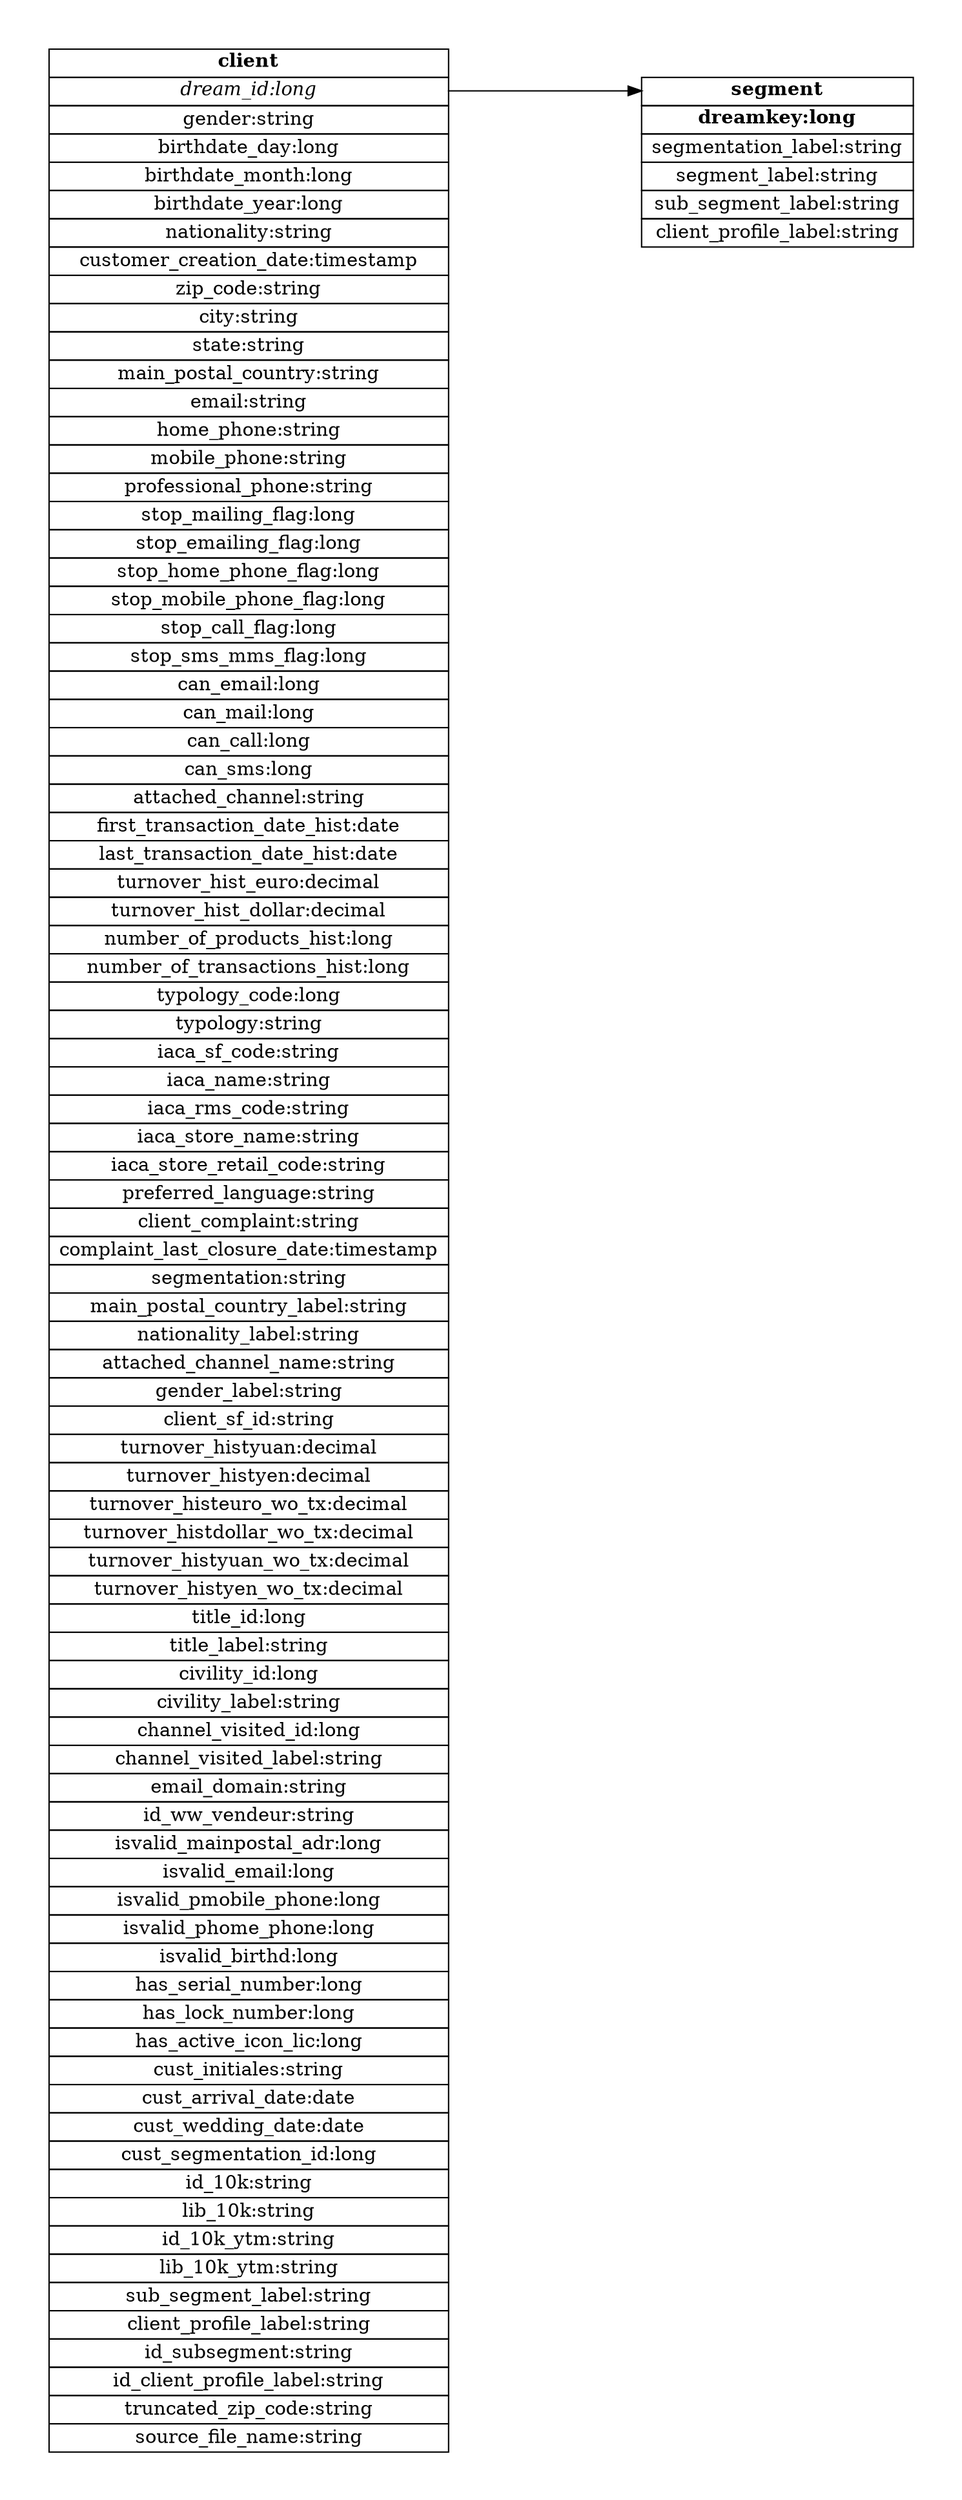
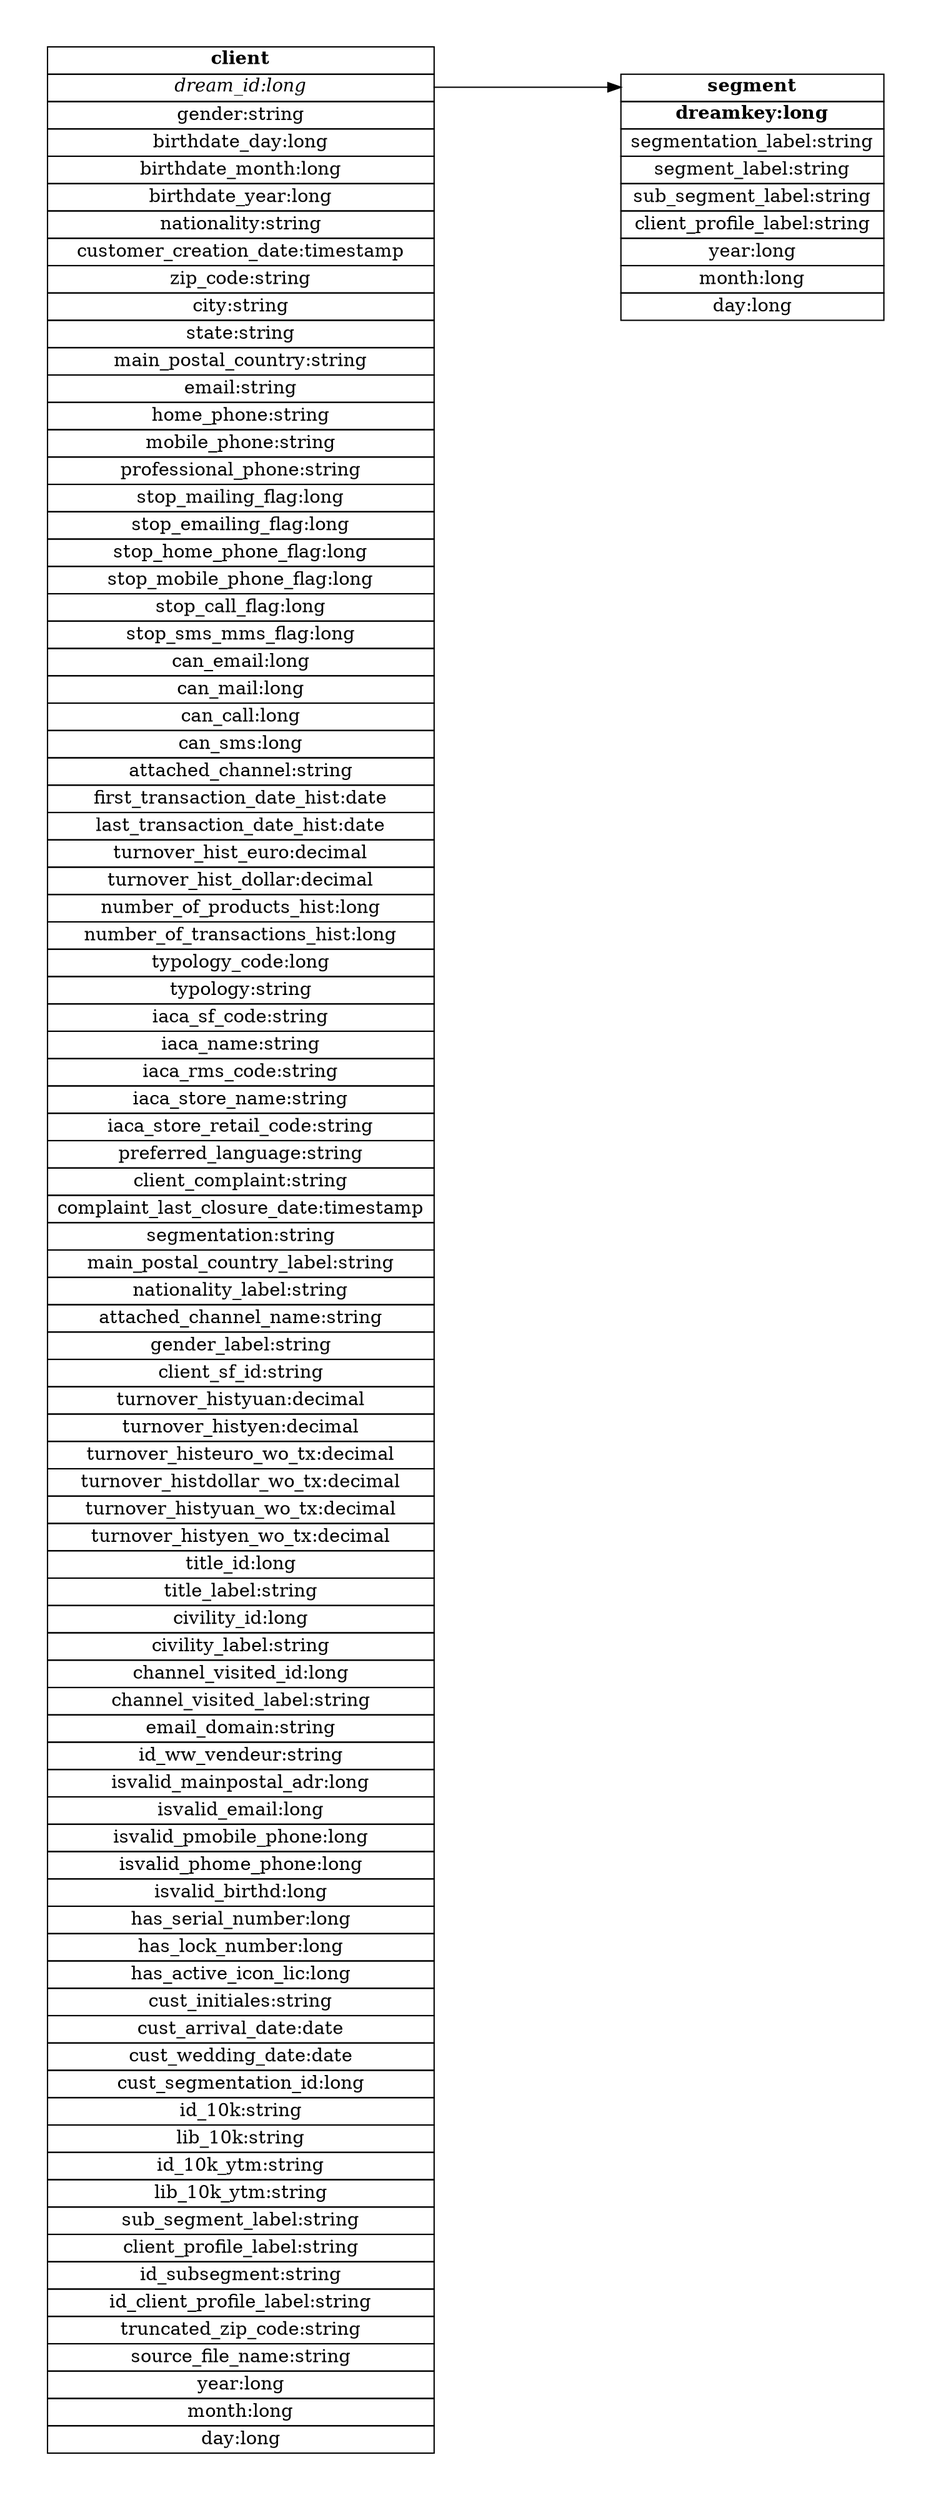
- 
digraph {
graph [pad="0.5", nodesep="0.5", ranksep="2"];
node [shape=plain]
rankdir=LR;



dream_segment [label=<
<table border="0" cellborder="1" cellspacing="0">
<tr><td port="0" bgcolor="white"><B><FONT color="black"> segment </FONT></B></td></tr>
<tr><td port="dreamkey"><B> dreamkey:long </B></td></tr>
<tr><td port="segmentation_label"> segmentation_label:string </td></tr>
<tr><td port="segment_label"> segment_label:string </td></tr>
<tr><td port="sub_segment_label"> sub_segment_label:string </td></tr>
<tr><td port="client_profile_label"> client_profile_label:string </td></tr>
+ <tr><td port="year"> year:long </td></tr>
+ <tr><td port="month"> month:long </td></tr>
+ <tr><td port="day"> day:long </td></tr>
</table>>];



dream_client [label=<
<table border="0" cellborder="1" cellspacing="0">
<tr><td port="0" bgcolor="white"><B><FONT color="black"> client </FONT></B></td></tr>
<tr><td port="dream_id"><I> dream_id:long </I></td></tr>
<tr><td port="gender"> gender:string </td></tr>
<tr><td port="birthdate_day"> birthdate_day:long </td></tr>
<tr><td port="birthdate_month"> birthdate_month:long </td></tr>
<tr><td port="birthdate_year"> birthdate_year:long </td></tr>
<tr><td port="nationality"> nationality:string </td></tr>
<tr><td port="customer_creation_date"> customer_creation_date:timestamp </td></tr>
<tr><td port="zip_code"> zip_code:string </td></tr>
<tr><td port="city"> city:string </td></tr>
<tr><td port="state"> state:string </td></tr>
<tr><td port="main_postal_country"> main_postal_country:string </td></tr>
<tr><td port="email"> email:string </td></tr>
<tr><td port="home_phone"> home_phone:string </td></tr>
<tr><td port="mobile_phone"> mobile_phone:string </td></tr>
<tr><td port="professional_phone"> professional_phone:string </td></tr>
<tr><td port="stop_mailing_flag"> stop_mailing_flag:long </td></tr>
<tr><td port="stop_emailing_flag"> stop_emailing_flag:long </td></tr>
<tr><td port="stop_home_phone_flag"> stop_home_phone_flag:long </td></tr>
<tr><td port="stop_mobile_phone_flag"> stop_mobile_phone_flag:long </td></tr>
<tr><td port="stop_call_flag"> stop_call_flag:long </td></tr>
<tr><td port="stop_sms_mms_flag"> stop_sms_mms_flag:long </td></tr>
<tr><td port="can_email"> can_email:long </td></tr>
<tr><td port="can_mail"> can_mail:long </td></tr>
<tr><td port="can_call"> can_call:long </td></tr>
<tr><td port="can_sms"> can_sms:long </td></tr>
<tr><td port="attached_channel"> attached_channel:string </td></tr>
<tr><td port="first_transaction_date_hist"> first_transaction_date_hist:date </td></tr>
<tr><td port="last_transaction_date_hist"> last_transaction_date_hist:date </td></tr>
<tr><td port="turnover_hist_euro"> turnover_hist_euro:decimal </td></tr>
<tr><td port="turnover_hist_dollar"> turnover_hist_dollar:decimal </td></tr>
<tr><td port="number_of_products_hist"> number_of_products_hist:long </td></tr>
<tr><td port="number_of_transactions_hist"> number_of_transactions_hist:long </td></tr>
<tr><td port="typology_code"> typology_code:long </td></tr>
<tr><td port="typology"> typology:string </td></tr>
<tr><td port="iaca_sf_code"> iaca_sf_code:string </td></tr>
<tr><td port="iaca_name"> iaca_name:string </td></tr>
<tr><td port="iaca_rms_code"> iaca_rms_code:string </td></tr>
<tr><td port="iaca_store_name"> iaca_store_name:string </td></tr>
<tr><td port="iaca_store_retail_code"> iaca_store_retail_code:string </td></tr>
<tr><td port="preferred_language"> preferred_language:string </td></tr>
<tr><td port="client_complaint"> client_complaint:string </td></tr>
<tr><td port="complaint_last_closure_date"> complaint_last_closure_date:timestamp </td></tr>
<tr><td port="segmentation"> segmentation:string </td></tr>
<tr><td port="main_postal_country_label"> main_postal_country_label:string </td></tr>
<tr><td port="nationality_label"> nationality_label:string </td></tr>
<tr><td port="attached_channel_name"> attached_channel_name:string </td></tr>
<tr><td port="gender_label"> gender_label:string </td></tr>
<tr><td port="client_sf_id"> client_sf_id:string </td></tr>
<tr><td port="turnover_histyuan"> turnover_histyuan:decimal </td></tr>
<tr><td port="turnover_histyen"> turnover_histyen:decimal </td></tr>
<tr><td port="turnover_histeuro_wo_tx"> turnover_histeuro_wo_tx:decimal </td></tr>
<tr><td port="turnover_histdollar_wo_tx"> turnover_histdollar_wo_tx:decimal </td></tr>
<tr><td port="turnover_histyuan_wo_tx"> turnover_histyuan_wo_tx:decimal </td></tr>
<tr><td port="turnover_histyen_wo_tx"> turnover_histyen_wo_tx:decimal </td></tr>
<tr><td port="title_id"> title_id:long </td></tr>
<tr><td port="title_label"> title_label:string </td></tr>
<tr><td port="civility_id"> civility_id:long </td></tr>
<tr><td port="civility_label"> civility_label:string </td></tr>
<tr><td port="channel_visited_id"> channel_visited_id:long </td></tr>
<tr><td port="channel_visited_label"> channel_visited_label:string </td></tr>
<tr><td port="email_domain"> email_domain:string </td></tr>
<tr><td port="id_ww_vendeur"> id_ww_vendeur:string </td></tr>
<tr><td port="isvalid_mainpostal_adr"> isvalid_mainpostal_adr:long </td></tr>
<tr><td port="isvalid_email"> isvalid_email:long </td></tr>
<tr><td port="isvalid_pmobile_phone"> isvalid_pmobile_phone:long </td></tr>
<tr><td port="isvalid_phome_phone"> isvalid_phome_phone:long </td></tr>
<tr><td port="isvalid_birthd"> isvalid_birthd:long </td></tr>
<tr><td port="has_serial_number"> has_serial_number:long </td></tr>
<tr><td port="has_lock_number"> has_lock_number:long </td></tr>
<tr><td port="has_active_icon_lic"> has_active_icon_lic:long </td></tr>
<tr><td port="cust_initiales"> cust_initiales:string </td></tr>
<tr><td port="cust_arrival_date"> cust_arrival_date:date </td></tr>
<tr><td port="cust_wedding_date"> cust_wedding_date:date </td></tr>
<tr><td port="cust_segmentation_id"> cust_segmentation_id:long </td></tr>
<tr><td port="id_10k"> id_10k:string </td></tr>
<tr><td port="lib_10k"> lib_10k:string </td></tr>
<tr><td port="id_10k_ytm"> id_10k_ytm:string </td></tr>
<tr><td port="lib_10k_ytm"> lib_10k_ytm:string </td></tr>
<tr><td port="sub_segment_label"> sub_segment_label:string </td></tr>
<tr><td port="client_profile_label"> client_profile_label:string </td></tr>
<tr><td port="id_subsegment"> id_subsegment:string </td></tr>
<tr><td port="id_client_profile_label"> id_client_profile_label:string </td></tr>
<tr><td port="truncated_zip_code"> truncated_zip_code:string </td></tr>
<tr><td port="source_file_name"> source_file_name:string </td></tr>
+ <tr><td port="year"> year:long </td></tr>
+ <tr><td port="month"> month:long </td></tr>
+ <tr><td port="day"> day:long </td></tr>
</table>>];

dream_client:dream_id -> dream_segment:0
}
